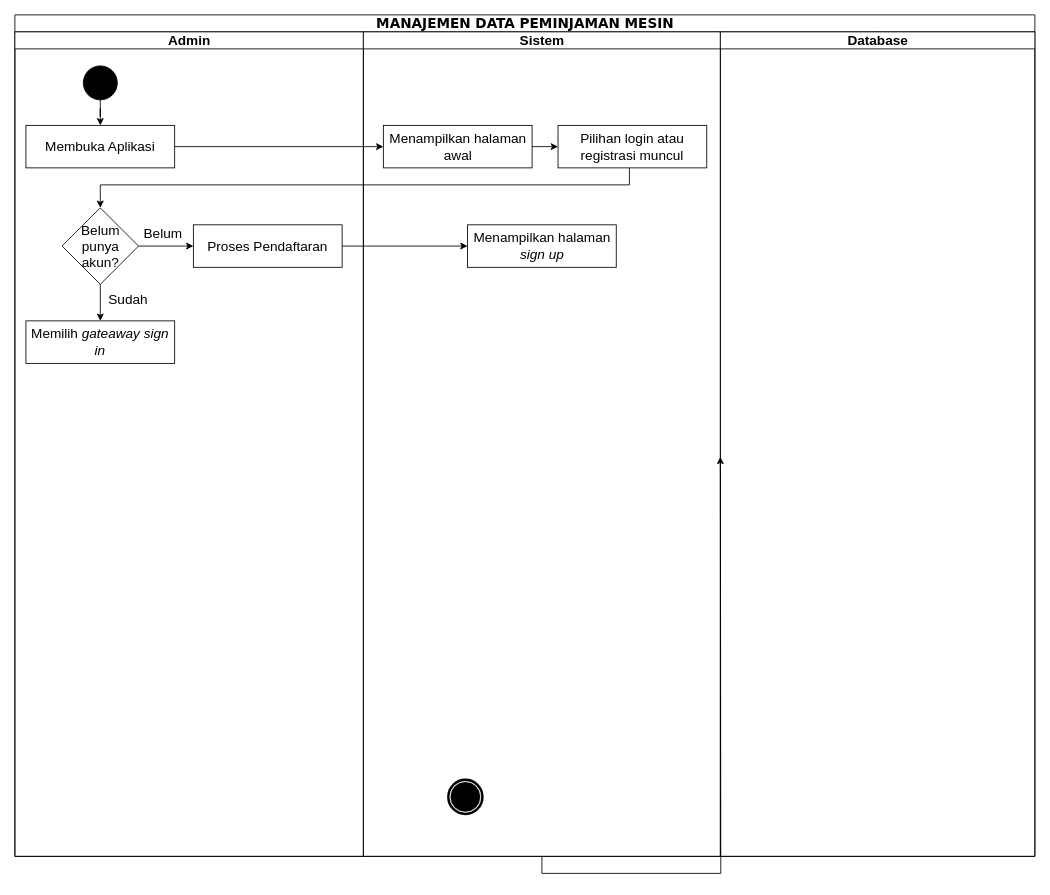
The draw.io diagram Diagram Aktivitas Admin.drawio.xml in murtianggraeni/TugasAkhir_Flowchart, before the edit. Source tidied: cells renumbered, new cells numbered last; positions are measured from the earlier drawing's top-left corner, leaving out a move shared by most shapes. Both pictures are drawn from the tidied source at 85%, with x=0, y=0 at pixel (14, 14).
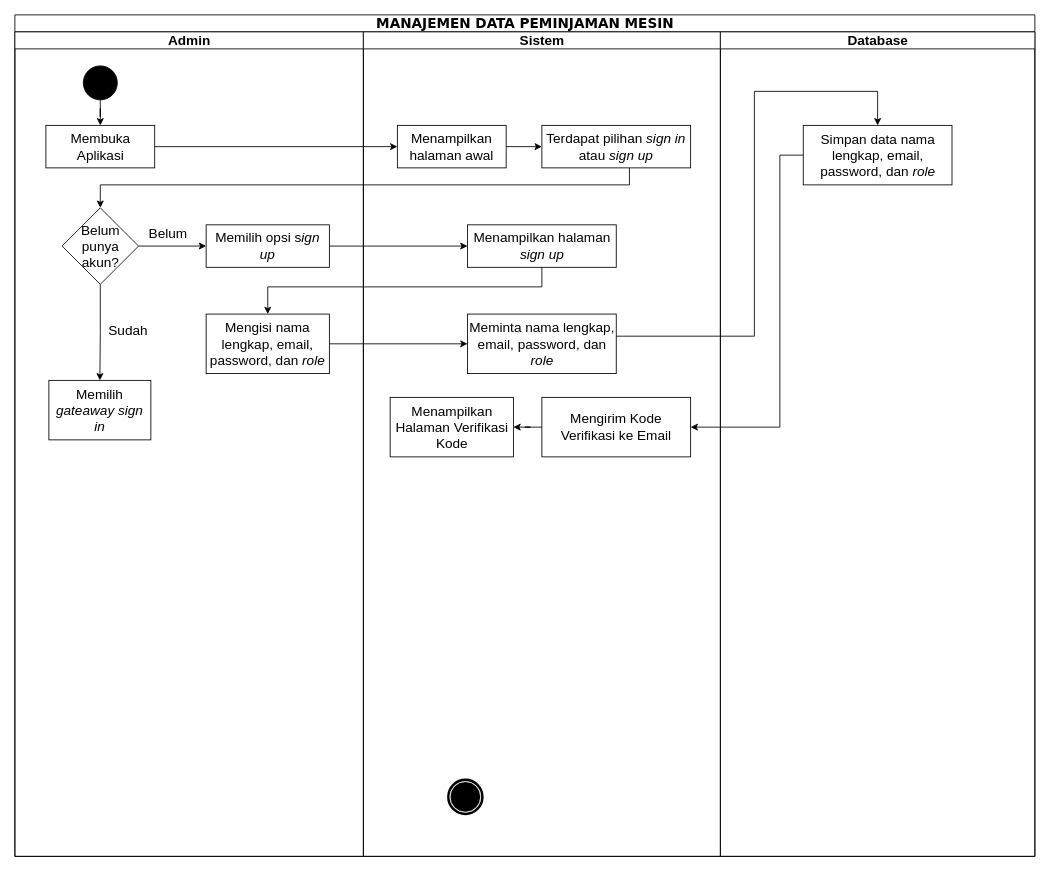
The same diagram, later.

The change refers to these unchanged cells:
```xml
<mxCell id="2" value="&lt;font style=&quot;font-size: 16px;&quot;&gt;MANAJEMEN DATA PEMINJAMAN MESIN&lt;/font&gt;" style="swimlane;html=1;startSize=20;rounded=0;shadow=0;comic=0;labelBackgroundColor=none;strokeWidth=1;fontFamily=Verdana;fontSize=12;align=center;" parent="1" vertex="1">
  <mxGeometry width="1200" height="990" as="geometry" />
</mxCell>
<mxCell id="3" value="&lt;font style=&quot;font-size: 16px;&quot;&gt;Admin&lt;/font&gt;" style="swimlane;html=1;startSize=20;" parent="2" vertex="1">
  <mxGeometry y="20" width="410" height="970" as="geometry" />
</mxCell>
<mxCell id="16" value="&lt;font style=&quot;font-size: 16px;&quot;&gt;Sistem&lt;/font&gt;" style="swimlane;html=1;startSize=20;" parent="2" vertex="1">
  <mxGeometry x="410" y="20" width="420" height="970" as="geometry" />
</mxCell>
<mxCell id="20" value="&lt;span style=&quot;font-size: 16px;&quot;&gt;Menampilkan halaman &lt;i&gt;sign up&lt;/i&gt;&lt;/span&gt;" style="rounded=0;whiteSpace=wrap;html=1;" parent="16" vertex="1">
  <mxGeometry x="122.5" y="227" width="175" height="50" as="geometry" />
</mxCell>
<mxCell id="22" value="&lt;font style=&quot;font-size: 16px;&quot;&gt;Database&lt;/font&gt;" style="swimlane;html=1;startSize=20;" parent="2" vertex="1">
  <mxGeometry x="830" y="20" width="370" height="970" as="geometry" />
</mxCell>
```

What changed in the source:
```diff
@@
-    <mxCell id="6" value="&lt;span style=&quot;font-size: 16px;&quot;&gt;Proses Pendaftaran&lt;/span&gt;" style="rounded=0;whiteSpace=wrap;html=1;" parent="3" vertex="1">
-      <mxGeometry x="210" y="227" width="175" height="50" as="geometry" />
+    <mxCell id="6" value="&lt;font style=&quot;font-size: 16px;&quot;&gt;Memilih opsi s&lt;i&gt;ign up&lt;/i&gt;&lt;/font&gt;" style="rounded=0;whiteSpace=wrap;html=1;" parent="3" vertex="1">
+      <mxGeometry x="225" y="227" width="145" height="50" as="geometry" />
     </mxCell>
     <mxCell id="7" value="&lt;div style=&quot;&quot;&gt;&lt;span style=&quot;font-size: 16px; background-color: initial;&quot;&gt;Membuka Aplikasi&lt;/span&gt;&lt;/div&gt;" style="rounded=0;whiteSpace=wrap;html=1;align=center;" parent="3" vertex="1">
-      <mxGeometry x="13" y="110" width="175" height="50" as="geometry" />
+      <mxGeometry x="36.5" y="110" width="128" height="50" as="geometry" />
     </mxCell>
@@
     <mxCell id="13" value="&lt;div style=&quot;&quot;&gt;&lt;span style=&quot;font-size: 16px; background-color: initial;&quot;&gt;Memilih &lt;i&gt;gateaway sign in&lt;/i&gt;&lt;/span&gt;&lt;/div&gt;" style="rounded=0;whiteSpace=wrap;html=1;align=center;" parent="3" vertex="1">
-      <mxGeometry x="13" y="340" width="175" height="50" as="geometry" />
+      <mxGeometry x="40" y="410" width="120" height="70" as="geometry" />
     </mxCell>
-    <mxCell id="14" style="edgeStyle=orthogonalEdgeStyle;rounded=0;jettySize=auto;html=1;" parent="2" edge="1" source="16">
-      <mxGeometry relative="1" as="geometry">
-        <mxPoint x="830" y="520" as="targetPoint" />
-      </mxGeometry>
-    </mxCell>
+    <mxCell id="26" value="&lt;span style=&quot;font-size: 16px;&quot;&gt;Mengisi nama lengkap, email, password, dan&amp;nbsp;&lt;/span&gt;&lt;i style=&quot;font-size: 16px;&quot;&gt;role&lt;/i&gt;" style="rounded=0;whiteSpace=wrap;html=1;" parent="3" vertex="1">
+      <mxGeometry x="225" y="332" width="145" height="70" as="geometry" />
+    </mxCell>
@@
-    <mxCell id="19" value="&lt;span style=&quot;font-size: 16px;&quot;&gt;Menampilkan halaman awal&lt;/span&gt;" style="rounded=0;whiteSpace=wrap;html=1;" parent="16" vertex="1">
-      <mxGeometry x="23.5" y="110" width="175" height="50" as="geometry" />
-    </mxCell>
@@
-    <mxCell id="21" value="&lt;font style=&quot;font-size: 16px;&quot;&gt;Pilihan login atau registrasi muncul&lt;/font&gt;" style="rounded=0;whiteSpace=wrap;html=1;" parent="16" vertex="1">
-      <mxGeometry x="229" y="110" width="175" height="50" as="geometry" />
+    <mxCell id="21" value="&lt;font style=&quot;font-size: 16px;&quot;&gt;Terdapat pilihan &lt;i&gt;sign in&lt;/i&gt; atau &lt;i&gt;sign up&lt;/i&gt;&lt;/font&gt;" style="rounded=0;whiteSpace=wrap;html=1;" parent="16" vertex="1">
+      <mxGeometry x="210" y="110" width="175" height="50" as="geometry" />
     </mxCell>
+    <mxCell id="27" value="&lt;span style=&quot;font-size: 16px;&quot;&gt;Meminta nama lengkap, email, password, dan &lt;i&gt;role&lt;/i&gt;&lt;/span&gt;" style="rounded=0;whiteSpace=wrap;html=1;" parent="16" vertex="1">
+      <mxGeometry x="122.5" y="332" width="175" height="70" as="geometry" />
+    </mxCell>
+    <mxCell id="19" value="&lt;div style=&quot;&quot;&gt;&lt;span style=&quot;font-size: 16px;&quot;&gt;Menampilkan halaman awal&lt;/span&gt;&lt;/div&gt;" style="rounded=0;whiteSpace=wrap;html=1;align=center;" parent="16" vertex="1">
+      <mxGeometry x="40" y="110" width="128" height="50" as="geometry" />
+    </mxCell>
+    <mxCell id="28" value="&lt;font style=&quot;font-size: 16px;&quot;&gt;Mengirim Kode Verifikasi ke Email&lt;/font&gt;" style="rounded=0;whiteSpace=wrap;html=1;" parent="16" vertex="1">
+      <mxGeometry x="210" y="430" width="175" height="70" as="geometry" />
+    </mxCell>
+    <mxCell id="29" value="&lt;font style=&quot;font-size: 16px;&quot;&gt;Menampilkan Halaman Verifikasi Kode&lt;/font&gt;" style="rounded=0;whiteSpace=wrap;html=1;" parent="16" vertex="1">
+      <mxGeometry x="31.5" y="430" width="145" height="70" as="geometry" />
+    </mxCell>
+    <mxCell id="30" style="edgeStyle=orthogonalEdgeStyle;rounded=0;jettySize=auto;html=1;entryX=1;entryY=0.5;entryDx=0;entryDy=0;" parent="16" edge="1" source="28" target="29">
+      <mxGeometry relative="1" as="geometry" />
+    </mxCell>
@@
+    <mxCell id="31" value="&lt;span style=&quot;font-size: 16px;&quot;&gt;Simpan data nama lengkap, email, password, dan &lt;i&gt;role&lt;/i&gt;&lt;/span&gt;" style="rounded=0;whiteSpace=wrap;html=1;" parent="22" vertex="1">
+      <mxGeometry x="97.5" y="110" width="175" height="70" as="geometry" />
+    </mxCell>
@@
+    <mxCell id="32" style="edgeStyle=orthogonalEdgeStyle;rounded=0;jettySize=auto;html=1;entryX=0.5;entryY=0;entryDx=0;entryDy=0;" parent="2" edge="1" source="20" target="26">
+      <mxGeometry relative="1" as="geometry">
+        <Array as="points">
+          <mxPoint x="620" y="320" />
+          <mxPoint x="298" y="320" />
+        </Array>
+      </mxGeometry>
+    </mxCell>
+    <mxCell id="33" style="edgeStyle=orthogonalEdgeStyle;rounded=0;jettySize=auto;html=1;entryX=0;entryY=0.5;entryDx=0;entryDy=0;exitX=1;exitY=0.5;exitDx=0;exitDy=0;" parent="2" edge="1" source="26" target="27">
+      <mxGeometry relative="1" as="geometry" />
+    </mxCell>
+    <mxCell id="34" style="edgeStyle=orthogonalEdgeStyle;rounded=0;jettySize=auto;html=1;entryX=0.5;entryY=0;entryDx=0;entryDy=0;" parent="2" edge="1" source="27" target="31">
+      <mxGeometry relative="1" as="geometry">
+        <Array as="points">
+          <mxPoint x="870" y="378" />
+          <mxPoint x="870" y="90" />
+          <mxPoint x="1015" y="90" />
+        </Array>
+      </mxGeometry>
+    </mxCell>
+    <mxCell id="35" style="edgeStyle=orthogonalEdgeStyle;rounded=0;jettySize=auto;html=1;entryX=1;entryY=0.5;entryDx=0;entryDy=0;exitX=0;exitY=0.5;exitDx=0;exitDy=0;" parent="2" edge="1" source="31" target="28">
+      <mxGeometry relative="1" as="geometry">
+        <Array as="points">
+          <mxPoint x="900" y="165" />
+          <mxPoint x="900" y="485" />
+        </Array>
+      </mxGeometry>
+    </mxCell>
```
